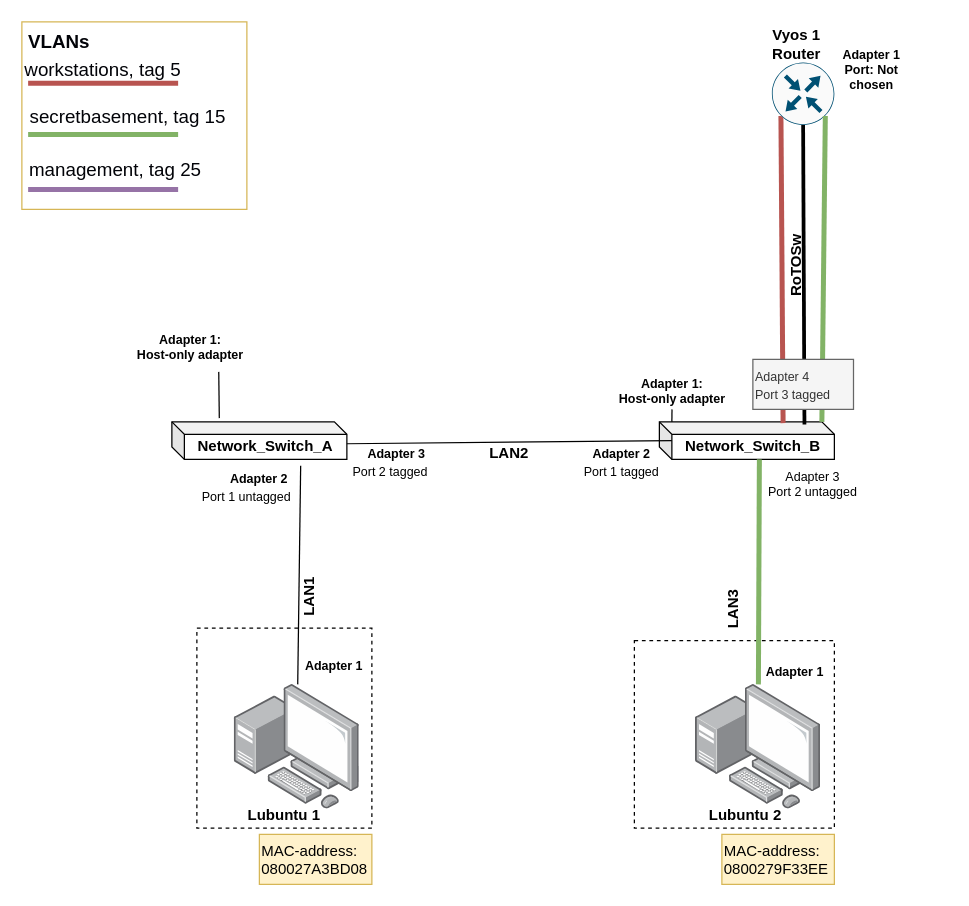
This is page "Physical Topology" (1 of 3) of documentation/E04/E04NetworkChart_04.drawio from Kjersheim/DataNetworksIntro2023, a draw.io file, before an edit. Source tidied: cells renumbered, new cells numbered last; positions are measured from the earlier drawing's top-left corner, leaving out a move shared by most shapes. Both pictures are drawn from the tidied source at 125%, with x=0, y=0 at pixel (21, 21).
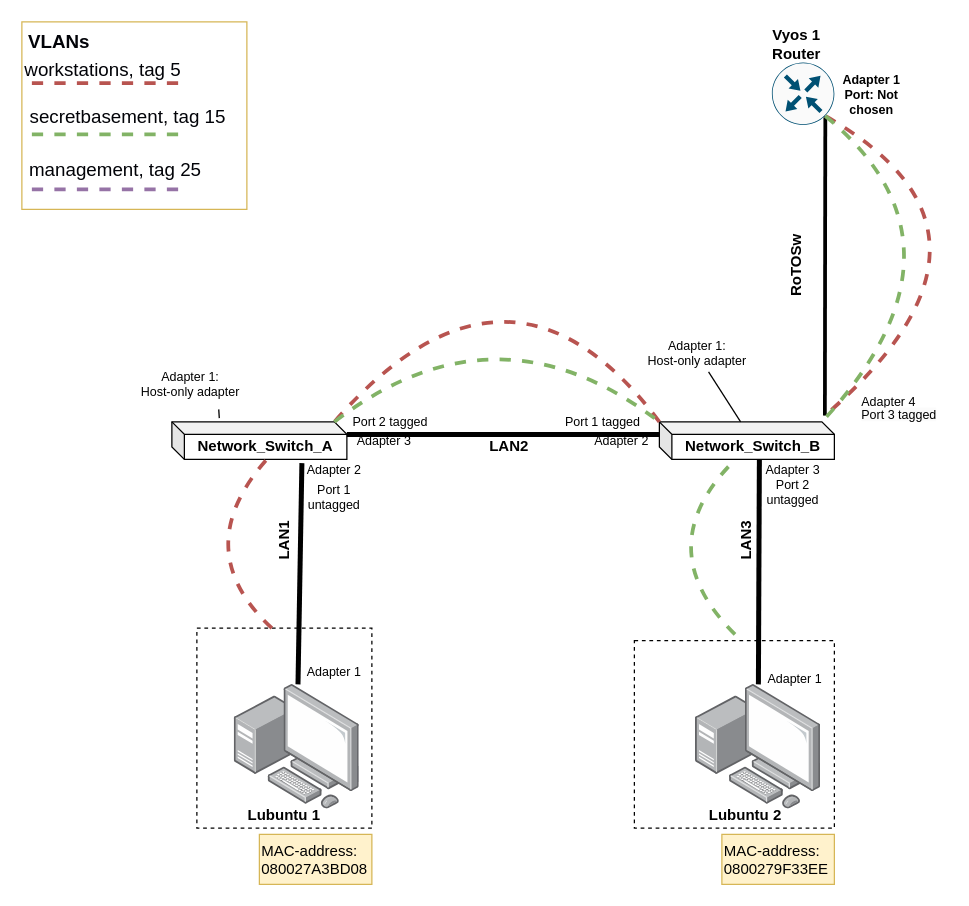
The same page after the edit.

The change refers to these unchanged cells:
```xml
<mxCell id="5" style="points=[];html=1;align=center;shadow=0;dashed=0;image;image=img/lib/allied_telesis/computer_and_terminals/Personal_Computer_with_Server.svg;" parent="1" vertex="1">
  <mxGeometry x="170" y="530" width="100" height="100" as="geometry" />
</mxCell>
<mxCell id="7" style="points=[];html=1;align=center;shadow=0;dashed=0;image;image=img/lib/allied_telesis/computer_and_terminals/Personal_Computer_with_Server.svg;" parent="1" vertex="1">
  <mxGeometry x="539" y="530" width="100" height="100" as="geometry" />
</mxCell>
<mxCell id="9" value="Network_Switch_A" style="shape=cube;whiteSpace=wrap;html=1;boundedLbl=1;backgroundOutline=1;darkOpacity=0.05;darkOpacity2=0.1;direction=east;size=10;fontStyle=1;" parent="1" vertex="1">
  <mxGeometry x="120" y="320" width="140" height="30" as="geometry" />
</mxCell>
<mxCell id="10" value="Network_Switch_B" style="shape=cube;whiteSpace=wrap;html=1;boundedLbl=1;backgroundOutline=1;darkOpacity=0.05;darkOpacity2=0.1;direction=east;size=10;fontStyle=1;" parent="1" vertex="1">
  <mxGeometry x="510" y="320" width="140" height="30" as="geometry" />
</mxCell>
<mxCell id="32" style="sketch=0;points=[[0.5,0,0],[1,0.5,0],[0.5,1,0],[0,0.5,0],[0.145,0.145,0],[0.8555,0.145,0],[0.855,0.8555,0],[0.145,0.855,0]];verticalLabelPosition=bottom;html=1;verticalAlign=top;align=center;shape=mxgraph.cisco19.rect;prIcon=router;fillColor=#FAFAFA;strokeColor=#005073;" parent="1" vertex="1">
  <mxGeometry x="600" y="32.5" width="50" height="50" as="geometry" />
</mxCell>
```

What changed in the source:
```diff
@@
-    <mxCell id="11" style="endArrow=none;html=1;rounded=0;entryX=0.736;entryY=1.167;entryDx=0;entryDy=0;entryPerimeter=0;" parent="1" edge="1" source="5" target="9">
+    <mxCell id="11" style="endArrow=none;html=1;rounded=0;entryX=0.743;entryY=1.1;entryDx=0;entryDy=0;entryPerimeter=0;strokeWidth=4;" parent="1" edge="1" source="5" target="9">
       <mxGeometry x="-0.71" y="-66" relative="1" as="geometry" />
     </mxCell>
-    <mxCell id="12" style="endArrow=none;html=1;rounded=0;strokeWidth=4;fillColor=#d5e8d4;strokeColor=#82b366;" parent="1" edge="1" source="7">
+    <mxCell id="12" style="endArrow=none;html=1;rounded=0;strokeWidth=4;" parent="1" edge="1" source="7">
       <mxGeometry relative="1" as="geometry">
         <mxPoint x="590" y="350" as="targetPoint" />
       </mxGeometry>
     </mxCell>
-    <mxCell id="13" style="endArrow=none;html=1;rounded=0;startArrow=none;exitX=0;exitY=0.25;exitDx=0;exitDy=0;" parent="1" edge="1" source="21">
-      <mxGeometry relative="1" as="geometry">
-        <mxPoint x="520" y="335" as="targetPoint" />
-      </mxGeometry>
-    </mxCell>
-    <mxCell id="14" value="&lt;font style=&quot;font-size: 10px;&quot;&gt;Adapter 2&lt;/font&gt;" style="text;strokeColor=none;align=center;fillColor=none;html=1;verticalAlign=middle;whiteSpace=wrap;rounded=0;rotation=0;fontStyle=1;" parent="1" vertex="1">
-      <mxGeometry x="150" y="350" width="80" height="30" as="geometry" />
+    <mxCell id="14" value="&lt;font style=&quot;font-size: 10px;&quot;&gt;Adapter 2&lt;/font&gt;" style="text;strokeColor=none;align=center;fillColor=none;html=1;verticalAlign=middle;whiteSpace=wrap;rounded=0;rotation=0;fontStyle=0;fontSize=10;" parent="1" vertex="1">
+      <mxGeometry x="210" y="342.5" width="80" height="30" as="geometry" />
     </mxCell>
-    <mxCell id="15" value="Adapter 2" style="text;strokeColor=none;align=center;fillColor=none;html=1;verticalAlign=middle;whiteSpace=wrap;rounded=0;rotation=0;fontStyle=1;fontSize=10;" parent="1" vertex="1">
-      <mxGeometry x="440" y="330" width="80" height="30" as="geometry" />
+    <mxCell id="15" value="Adapter 2" style="text;strokeColor=none;align=center;fillColor=none;html=1;verticalAlign=middle;whiteSpace=wrap;rounded=0;rotation=0;fontStyle=0;fontSize=10;" parent="1" vertex="1">
+      <mxGeometry x="440" y="320" width="80" height="30" as="geometry" />
     </mxCell>
-    <mxCell id="16" value="Adapter 1" style="text;strokeColor=none;align=center;fillColor=none;html=1;verticalAlign=middle;whiteSpace=wrap;rounded=0;rotation=0;fontStyle=1;fontSize=10;" parent="1" vertex="1">
-      <mxGeometry x="210" y="500" width="80" height="30" as="geometry" />
+    <mxCell id="16" value="Adapter 1" style="text;strokeColor=none;align=center;fillColor=none;html=1;verticalAlign=middle;whiteSpace=wrap;rounded=0;rotation=0;fontStyle=0;fontSize=10;" parent="1" vertex="1">
+      <mxGeometry x="210" y="505" width="80" height="30" as="geometry" />
     </mxCell>
-    <mxCell id="17" value="&lt;font style=&quot;font-size: 10px;&quot;&gt;Adapter 1&amp;nbsp;&lt;/font&gt;" style="text;strokeColor=none;align=center;fillColor=none;html=1;verticalAlign=middle;whiteSpace=wrap;rounded=0;rotation=0;fontStyle=1;" parent="1" vertex="1">
-      <mxGeometry x="579.5" y="505" width="80" height="30" as="geometry" />
+    <mxCell id="17" value="&lt;font style=&quot;font-size: 10px;&quot;&gt;Adapter 1&amp;nbsp;&lt;/font&gt;" style="text;strokeColor=none;align=center;fillColor=none;html=1;verticalAlign=middle;whiteSpace=wrap;rounded=0;rotation=0;fontStyle=0;" parent="1" vertex="1">
+      <mxGeometry x="579.5" y="510" width="80" height="30" as="geometry" />
     </mxCell>
@@
-    <mxCell id="19" value="&lt;font style=&quot;font-size: 10px;&quot;&gt;Adapter 1:&lt;br style=&quot;font-size: 10px;&quot;&gt;Host-only adapter&lt;/font&gt;" style="text;strokeColor=none;align=center;fillColor=none;html=1;verticalAlign=middle;whiteSpace=wrap;rounded=0;dashed=1;fontStyle=1;fontSize=10;" parent="1" vertex="1">
-      <mxGeometry x="90" y="240" width="90" height="40" as="geometry" />
+    <mxCell id="19" value="&lt;font style=&quot;font-size: 10px;&quot;&gt;Adapter 1:&lt;br style=&quot;font-size: 10px;&quot;&gt;Host-only adapter&lt;/font&gt;" style="text;strokeColor=none;align=center;fillColor=none;html=1;verticalAlign=middle;whiteSpace=wrap;rounded=0;dashed=1;fontStyle=0;fontSize=10;" parent="1" vertex="1">
+      <mxGeometry x="90" y="270" width="90" height="40" as="geometry" />
     </mxCell>
-    <mxCell id="20" style="endArrow=none;html=1;rounded=0;startArrow=none;" parent="1" edge="1" source="49">
-      <mxGeometry relative="1" as="geometry">
-        <mxPoint x="520" y="280" as="targetPoint" />
-      </mxGeometry>
-    </mxCell>
-    <mxCell id="21" value="Adapter 3" style="text;strokeColor=none;align=center;fillColor=none;html=1;verticalAlign=middle;whiteSpace=wrap;rounded=0;rotation=0;fontStyle=1;fontSize=10;" parent="1" vertex="1">
-      <mxGeometry x="260" y="330" width="80" height="30" as="geometry" />
+    <mxCell id="21" value="Adapter 3" style="text;strokeColor=none;align=center;fillColor=none;html=1;verticalAlign=middle;whiteSpace=wrap;rounded=0;rotation=0;fontStyle=0;fontSize=10;" parent="1" vertex="1">
+      <mxGeometry x="250" y="320" width="80" height="30" as="geometry" />
     </mxCell>
-    <mxCell id="22" style="endArrow=none;html=1;rounded=0;" parent="1" edge="1" source="9" target="21">
-      <mxGeometry relative="1" as="geometry" />
-    </mxCell>
     <mxCell id="23" value="&lt;b&gt;&lt;font style=&quot;font-size: 12px;&quot;&gt;LAN2&lt;/font&gt;&lt;/b&gt;" style="text;strokeColor=none;align=center;fillColor=none;html=1;verticalAlign=middle;whiteSpace=wrap;rounded=0;dashed=1;fontSize=10;" parent="1" vertex="1">
-      <mxGeometry x="360" y="330" width="60" height="30" as="geometry" />
+      <mxGeometry x="360" y="325" width="60" height="30" as="geometry" />
     </mxCell>
     <mxCell id="24" value="&lt;b&gt;&lt;font style=&quot;font-size: 12px;&quot;&gt;LAN1&lt;/font&gt;&lt;/b&gt;" style="text;strokeColor=none;align=center;fillColor=none;html=1;verticalAlign=middle;whiteSpace=wrap;rounded=0;dashed=1;fontSize=10;rotation=-90;" parent="1" vertex="1">
-      <mxGeometry x="200" y="445" width="60" height="30" as="geometry" />
+      <mxGeometry x="180" y="400" width="60" height="30" as="geometry" />
     </mxCell>
     <mxCell id="25" value="&lt;b&gt;&lt;font style=&quot;font-size: 12px;&quot;&gt;LAN3&lt;/font&gt;&lt;/b&gt;" style="text;strokeColor=none;align=center;fillColor=none;html=1;verticalAlign=middle;whiteSpace=wrap;rounded=0;dashed=1;fontSize=10;rotation=-90;" parent="1" vertex="1">
-      <mxGeometry x="539" y="455" width="60" height="30" as="geometry" />
+      <mxGeometry x="550" y="400" width="60" height="30" as="geometry" />
     </mxCell>
     <mxCell id="26" value="Port 1 tagged" style="text;strokeColor=none;align=center;fillColor=none;html=1;verticalAlign=middle;whiteSpace=wrap;rounded=0;dashed=1;fontSize=10;" parent="1" vertex="1">
-      <mxGeometry x="435" y="350" width="90" height="20" as="geometry" />
+      <mxGeometry x="420" y="310" width="90" height="20" as="geometry" />
     </mxCell>
-    <mxCell id="27" value="Adapter 3&lt;br&gt;Port 2 untagged" style="text;align=center;html=1;verticalAlign=middle;whiteSpace=wrap;rounded=0;dashed=1;fontSize=10;" parent="1" vertex="1">
-      <mxGeometry x="590" y="350" width="85.5" height="40" as="geometry" />
+    <mxCell id="27" value="Adapter 3&lt;br&gt;Port 2 &lt;br&gt;untagged" style="text;align=center;html=1;verticalAlign=middle;whiteSpace=wrap;rounded=0;dashed=1;fontSize=10;" parent="1" vertex="1">
+      <mxGeometry x="574" y="350" width="85.5" height="40" as="geometry" />
     </mxCell>
-    <mxCell id="28" value="Port 1 untagged" style="text;strokeColor=none;align=center;fillColor=none;html=1;verticalAlign=middle;whiteSpace=wrap;rounded=0;dashed=1;fontSize=10;" parent="1" vertex="1">
-      <mxGeometry x="135" y="370" width="90" height="20" as="geometry" />
+    <mxCell id="28" value="Port 1 &lt;br style=&quot;font-size: 10px;&quot;&gt;untagged" style="text;strokeColor=none;align=center;fillColor=none;html=1;verticalAlign=middle;whiteSpace=wrap;rounded=0;dashed=1;fontSize=10;" parent="1" vertex="1">
+      <mxGeometry x="205" y="370" width="90" height="20" as="geometry" />
     </mxCell>
     <mxCell id="29" value="Port 2 tagged" style="text;strokeColor=none;align=center;fillColor=none;html=1;verticalAlign=middle;whiteSpace=wrap;rounded=0;dashed=1;fontSize=10;" parent="1" vertex="1">
-      <mxGeometry x="250" y="350" width="90" height="20" as="geometry" />
+      <mxGeometry x="250" y="310" width="90" height="20" as="geometry" />
     </mxCell>
-    <mxCell id="30" style="rounded=0;jettySize=auto;html=1;exitX=0.5;exitY=1;exitDx=0;exitDy=0;exitPerimeter=0;entryX=0.829;entryY=0.067;entryDx=0;entryDy=0;entryPerimeter=0;endArrow=none;endFill=0;strokeWidth=3;" parent="1" edge="1" source="32" target="10">
-      <mxGeometry relative="1" as="geometry" />
+    <mxCell id="30" style="rounded=0;jettySize=auto;html=1;exitX=0.855;exitY=0.8555;exitDx=0;exitDy=0;exitPerimeter=0;entryX=0;entryY=1;entryDx=0;entryDy=0;endArrow=none;endFill=0;strokeWidth=3;" parent="1" edge="1" source="32">
+      <mxGeometry relative="1" as="geometry">
+        <mxPoint x="642.4" y="315" as="targetPoint" />
+      </mxGeometry>
     </mxCell>
-    <mxCell id="31" style="edgeStyle=none;rounded=0;jettySize=auto;html=1;exitX=0.145;exitY=0.855;exitDx=0;exitDy=0;exitPerimeter=0;entryX=0.707;entryY=0.033;entryDx=0;entryDy=0;entryPerimeter=0;strokeColor=#b85450;strokeWidth=4;fontSize=15;fontColor=#020308;endArrow=none;endFill=0;fillColor=#f8cecc;" parent="1" edge="1" source="32" target="10">
-      <mxGeometry relative="1" as="geometry" />
+    <mxCell id="31" style="edgeStyle=none;jettySize=auto;html=1;exitX=0.855;exitY=0.8555;exitDx=0;exitDy=0;exitPerimeter=0;entryX=0;entryY=1;entryDx=0;entryDy=0;strokeColor=#b85450;strokeWidth=3;fontSize=15;fontColor=#020308;endArrow=none;endFill=0;fillColor=#f8cecc;dashed=1;curved=1;" parent="1" edge="1" source="32">
+      <mxGeometry relative="1" as="geometry">
+        <mxPoint x="642.4" y="315" as="targetPoint" />
+        <Array as="points">
+          <mxPoint x="810" y="170" />
+        </Array>
+      </mxGeometry>
     </mxCell>
@@
-    <mxCell id="35" style="edgeStyle=none;rounded=0;jettySize=auto;html=1;exitX=0.855;exitY=0.8555;exitDx=0;exitDy=0;entryX=0;entryY=0;entryDx=130;entryDy=0;strokeColor=#82b366;strokeWidth=4;fontSize=15;fontColor=#020308;endArrow=none;endFill=0;fillColor=#d5e8d4;exitPerimeter=0;entryPerimeter=0;" parent="1" edge="1" source="32" target="10">
-      <mxGeometry relative="1" as="geometry" />
+    <mxCell id="35" style="edgeStyle=none;jettySize=auto;html=1;exitX=0.855;exitY=0.8555;exitDx=0;exitDy=0;entryX=0;entryY=0;entryDx=130;entryDy=0;strokeColor=#82b366;strokeWidth=3;fontSize=15;fontColor=#020308;endArrow=none;endFill=0;fillColor=#d5e8d4;exitPerimeter=0;entryPerimeter=0;dashed=1;curved=1;" parent="1" edge="1" source="32" target="10">
+      <mxGeometry relative="1" as="geometry">
+        <Array as="points">
+          <mxPoint x="770" y="180" />
+        </Array>
+      </mxGeometry>
     </mxCell>
     <mxCell id="36" value="Adapter 1&lt;br&gt;Port: Not chosen" style="text;strokeColor=none;align=center;fillColor=none;html=1;verticalAlign=middle;whiteSpace=wrap;rounded=0;rotation=0;fontStyle=1;fontSize=10;" parent="1" vertex="1">
-      <mxGeometry x="650" y="17.5" width="60" height="40" as="geometry" />
+      <mxGeometry x="650" y="37.5" width="60" height="40" as="geometry" />
     </mxCell>
@@
-    <mxCell id="38" value="&lt;font style=&quot;font-size: 10px;&quot;&gt;Adapter 4&lt;br&gt;Port 3 tagged&lt;br&gt;&lt;br&gt;&lt;/font&gt;" style="text;align=left;html=1;verticalAlign=top;whiteSpace=wrap;rounded=0;rotation=0;fontStyle=0;fillColor=#f5f5f5;fontColor=#333333;strokeColor=#666666;" parent="1" vertex="1">
-      <mxGeometry x="584.8" y="270" width="80.5" height="40" as="geometry" />
-    </mxCell>
@@
-    <mxCell id="40" style="edgeStyle=none;rounded=0;orthogonalLoop=1;jettySize=auto;html=1;endArrow=none;endFill=0;strokeWidth=4;strokeColor=#82b366;fillColor=#d5e8d4;" parent="1" edge="1">
+    <mxCell id="40" style="edgeStyle=none;rounded=0;orthogonalLoop=1;jettySize=auto;html=1;endArrow=none;endFill=0;strokeWidth=3;strokeColor=#82b366;fillColor=#d5e8d4;dashed=1;" parent="1" edge="1">
       <mxGeometry relative="1" as="geometry">
         <mxPoint x="125" y="90" as="sourcePoint" />
         <mxPoint x="5" y="90" as="targetPoint" />
       </mxGeometry>
     </mxCell>
@@
-    <mxCell id="43" style="edgeStyle=none;rounded=0;orthogonalLoop=1;jettySize=auto;html=1;endArrow=none;endFill=0;strokeWidth=4;strokeColor=#b85450;fillColor=#f8cecc;" parent="1" edge="1">
+    <mxCell id="43" style="edgeStyle=none;rounded=0;orthogonalLoop=1;jettySize=auto;html=1;endArrow=none;endFill=0;strokeWidth=3;strokeColor=#b85450;fillColor=#f8cecc;dashed=1;" parent="1" edge="1">
       <mxGeometry relative="1" as="geometry">
         <mxPoint x="125" y="49" as="sourcePoint" />
         <mxPoint x="5" y="49" as="targetPoint" />
       </mxGeometry>
     </mxCell>
-    <mxCell id="44" value="secretbasement, tag 15" style="text;strokeColor=none;align=center;fillColor=none;html=1;verticalAlign=middle;whiteSpace=wrap;rounded=0;fontSize=15;fontColor=#020308;" parent="1" vertex="1">
+    <mxCell id="44" value="secretbasement, tag 15" style="text;strokeColor=none;align=center;fillColor=none;html=1;verticalAlign=middle;whiteSpace=wrap;rounded=0;fontSize=15;fontColor=#020308;strokeWidth=3;" parent="1" vertex="1">
       <mxGeometry y="67.5" width="170" height="15" as="geometry" />
     </mxCell>
-    <mxCell id="45" style="edgeStyle=none;rounded=0;orthogonalLoop=1;jettySize=auto;html=1;endArrow=none;endFill=0;strokeWidth=4;strokeColor=#9673a6;fillColor=#e1d5e7;" parent="1" edge="1">
+    <mxCell id="45" style="edgeStyle=none;rounded=0;orthogonalLoop=1;jettySize=auto;html=1;endArrow=none;endFill=0;strokeWidth=3;strokeColor=#9673a6;fillColor=#e1d5e7;dashed=1;" parent="1" edge="1">
       <mxGeometry relative="1" as="geometry">
         <mxPoint x="125" y="134" as="sourcePoint" />
         <mxPoint x="5" y="134" as="targetPoint" />
       </mxGeometry>
     </mxCell>
@@
-    <mxCell id="48" style="endArrow=none;html=1;rounded=0;" parent="1" edge="1" target="49">
-      <mxGeometry relative="1" as="geometry">
-        <mxPoint x="520" y="320" as="sourcePoint" />
-      </mxGeometry>
+    <mxCell id="48" style="endArrow=none;html=1;rounded=0;exitX=0;exitY=0;exitDx=65;exitDy=0;exitPerimeter=0;" parent="1" edge="1" source="10" target="49">
+      <mxGeometry relative="1" as="geometry" />
     </mxCell>
-    <mxCell id="49" value="&lt;font style=&quot;font-size: 10px;&quot;&gt;Adapter 1:&lt;br style=&quot;font-size: 10px;&quot;&gt;Host-only adapter&lt;/font&gt;" style="text;strokeColor=none;align=center;fillColor=none;html=1;verticalAlign=middle;whiteSpace=wrap;rounded=0;dashed=1;fontSize=10;fontStyle=1;" parent="1" vertex="1">
-      <mxGeometry x="470" y="280" width="100.5" height="30" as="geometry" />
+    <mxCell id="49" value="&lt;font style=&quot;font-size: 10px;&quot;&gt;Adapter 1:&lt;br style=&quot;font-size: 10px;&quot;&gt;Host-only adapter&lt;/font&gt;" style="text;strokeColor=none;align=center;fillColor=none;html=1;verticalAlign=middle;whiteSpace=wrap;rounded=0;dashed=1;fontSize=10;fontStyle=0;" parent="1" vertex="1">
+      <mxGeometry x="489.5" y="250" width="100.5" height="30" as="geometry" />
     </mxCell>
+    <mxCell id="50" style="endArrow=none;html=1;entryX=0.736;entryY=1.167;entryDx=0;entryDy=0;entryPerimeter=0;strokeWidth=3;fillColor=#f8cecc;strokeColor=#b85450;dashed=1;curved=1;" parent="1" edge="1">
+      <mxGeometry x="-0.71" y="-66" relative="1" as="geometry">
+        <mxPoint x="200" y="485" as="sourcePoint" />
+        <mxPoint x="200.4" y="345" as="targetPoint" />
+        <Array as="points">
+          <mxPoint x="130" y="420" />
+        </Array>
+      </mxGeometry>
+    </mxCell>
+    <mxCell id="51" style="endArrow=none;html=1;entryX=0.736;entryY=1.167;entryDx=0;entryDy=0;entryPerimeter=0;strokeWidth=3;fillColor=#d5e8d4;strokeColor=#82b366;dashed=1;curved=1;" parent="1" edge="1">
+      <mxGeometry x="-0.71" y="-66" relative="1" as="geometry">
+        <mxPoint x="570.5" y="490" as="sourcePoint" />
+        <mxPoint x="570.9" y="350" as="targetPoint" />
+        <Array as="points">
+          <mxPoint x="500" y="420" />
+        </Array>
+      </mxGeometry>
+    </mxCell>
+    <mxCell id="52" style="endArrow=none;html=1;strokeWidth=3;fillColor=#f8cecc;strokeColor=#b85450;dashed=1;curved=1;" parent="1" edge="1">
+      <mxGeometry x="-0.71" y="-66" relative="1" as="geometry">
+        <mxPoint x="510" y="320" as="sourcePoint" />
+        <mxPoint x="250" y="320" as="targetPoint" />
+        <Array as="points">
+          <mxPoint x="390" y="160" />
+        </Array>
+      </mxGeometry>
+    </mxCell>
+    <mxCell id="53" style="endArrow=none;html=1;entryX=0;entryY=0;entryDx=0;entryDy=0;entryPerimeter=0;strokeWidth=3;fillColor=#d5e8d4;strokeColor=#82b366;dashed=1;exitX=0;exitY=0;exitDx=130;exitDy=0;exitPerimeter=0;curved=1;" parent="1" edge="1" source="9" target="10">
+      <mxGeometry x="-0.71" y="-66" relative="1" as="geometry">
+        <Array as="points">
+          <mxPoint x="380" y="220" />
+        </Array>
+      </mxGeometry>
+    </mxCell>
+    <mxCell id="54" style="endArrow=none;html=1;rounded=0;strokeWidth=4;entryX=0;entryY=0;entryDx=140;entryDy=10;entryPerimeter=0;exitX=0;exitY=0;exitDx=0;exitDy=10;exitPerimeter=0;" parent="1" edge="1" source="10" target="9">
+      <mxGeometry relative="1" as="geometry" />
+    </mxCell>
+    <mxCell id="55" value="&lt;font style=&quot;font-size: 10px;&quot;&gt;Adapter 4&lt;br&gt;&lt;br&gt;&lt;/font&gt;" style="text;align=left;html=1;verticalAlign=top;whiteSpace=wrap;rounded=0;rotation=0;fontStyle=0;" parent="1" vertex="1">
+      <mxGeometry x="670" y="290" width="50" height="20" as="geometry" />
+    </mxCell>
+    <mxCell id="56" value="&lt;span style=&quot;color: rgb(0, 0, 0); font-family: Helvetica; font-size: 10px; font-style: normal; font-variant-ligatures: normal; font-variant-caps: normal; font-weight: 400; letter-spacing: normal; orphans: 2; text-align: left; text-indent: 0px; text-transform: none; widows: 2; word-spacing: 0px; -webkit-text-stroke-width: 0px; background-color: rgb(251, 251, 251); text-decoration-thickness: initial; text-decoration-style: initial; text-decoration-color: initial; float: none; display: inline !important;&quot;&gt;Port 3 tagged&lt;/span&gt;&lt;br style=&quot;border-color: var(--border-color); color: rgb(0, 0, 0); font-family: Helvetica; font-size: 10px; font-style: normal; font-variant-ligatures: normal; font-variant-caps: normal; font-weight: 400; letter-spacing: normal; orphans: 2; text-align: left; text-indent: 0px; text-transform: none; widows: 2; word-spacing: 0px; -webkit-text-stroke-width: 0px; background-color: rgb(251, 251, 251); text-decoration-thickness: initial; text-decoration-style: initial; text-decoration-color: initial;&quot;&gt;" style="text;whiteSpace=wrap;html=1;" parent="1" vertex="1">
+      <mxGeometry x="670" y="300" width="70" height="20" as="geometry" />
+    </mxCell>
```
